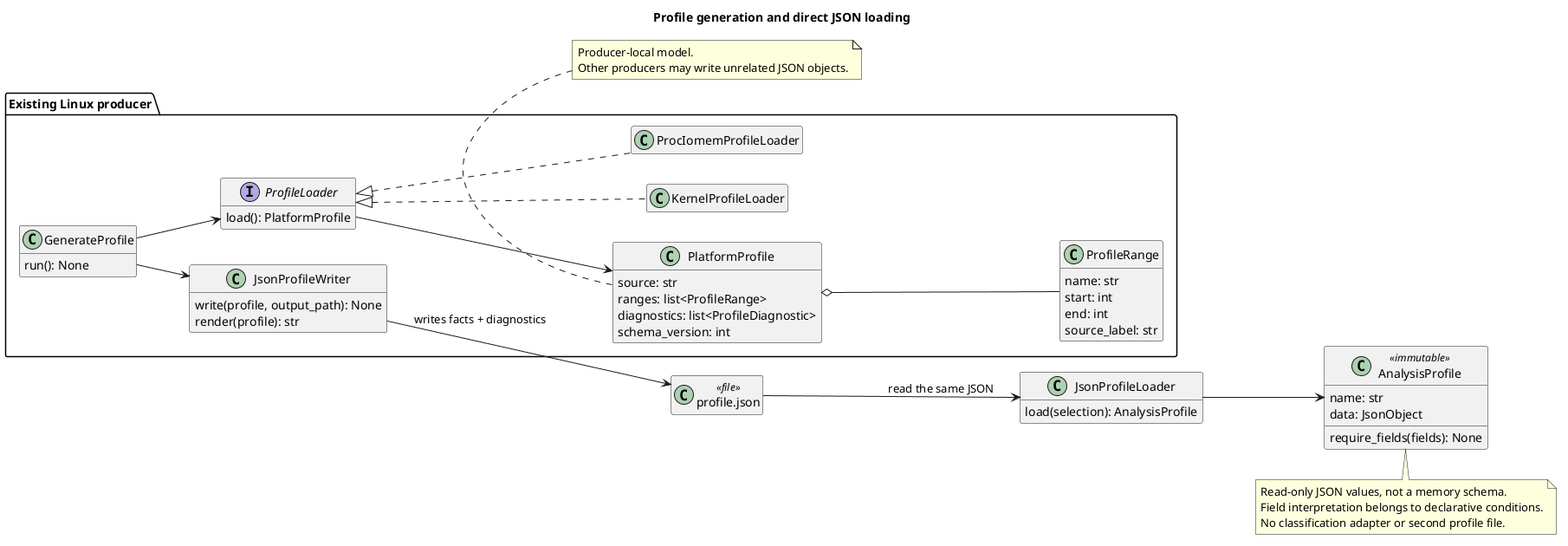
Before: docs/diagrams/profile_generator_static.png, a diagram exported from PlantUML (AguTrachta/s3bootscript-analyzer). Its diagram source:
```plantuml
@startuml
title Profile generation and direct JSON loading
left to right direction
skinparam shadowing false
skinparam classAttributeIconSize 0
hide empty members

package "Existing Linux producer" {
  class GenerateProfile {
    run(): None
  }
  interface ProfileLoader {
    load(): PlatformProfile
  }
  class KernelProfileLoader
  class ProcIomemProfileLoader
  class PlatformProfile {
    source: str
    ranges: list<ProfileRange>
    diagnostics: list<ProfileDiagnostic>
    schema_version: int
  }
  class ProfileRange {
    name: str
    start: int
    end: int
    source_label: str
  }
  class JsonProfileWriter {
    write(profile, output_path): None
    render(profile): str
  }
  GenerateProfile --> ProfileLoader
  ProfileLoader <|.. KernelProfileLoader
  ProfileLoader <|.. ProcIomemProfileLoader
  ProfileLoader --> PlatformProfile
  PlatformProfile o-- ProfileRange
  GenerateProfile --> JsonProfileWriter
}
class "profile.json" as File <<file>>
class JsonProfileLoader {
  load(selection): AnalysisProfile
}
class AnalysisProfile <<immutable>> {
  name: str
  data: JsonObject
  require_fields(fields): None
}
JsonProfileWriter --> File : writes facts + diagnostics
File --> JsonProfileLoader : read the same JSON
JsonProfileLoader --> AnalysisProfile

note bottom of PlatformProfile
  Producer-local model.
  Other producers may write unrelated JSON objects.
end note
note bottom of AnalysisProfile
  Read-only JSON values, not a memory schema.
  Field interpretation belongs to declarative conditions.
  No classification adapter or second profile file.
end note
@enduml
```
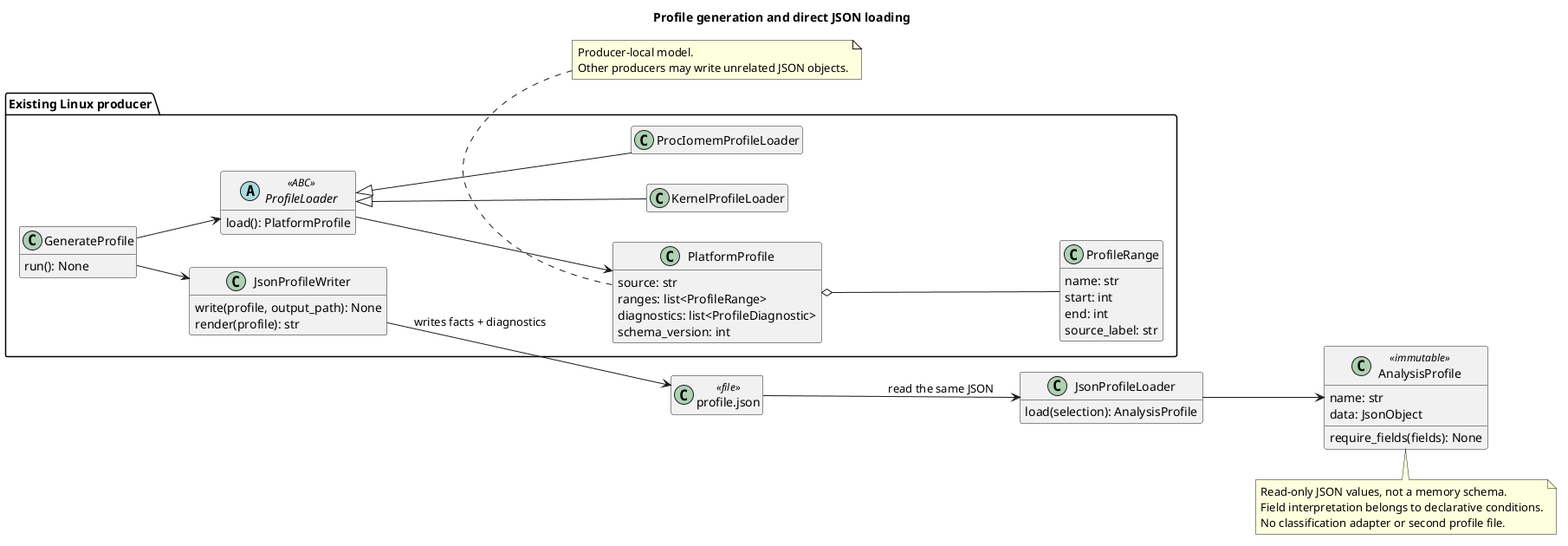
The same file after the commit.

The edit, as a diff of the source:
```diff
@@ -9,7 +9,7 @@
   class GenerateProfile {
     run(): None
   }
-  interface ProfileLoader {
+  abstract class ProfileLoader <<ABC>> {
     load(): PlatformProfile
   }
   class KernelProfileLoader
@@ -31,8 +31,8 @@
     render(profile): str
   }
   GenerateProfile --> ProfileLoader
-  ProfileLoader <|.. KernelProfileLoader
-  ProfileLoader <|.. ProcIomemProfileLoader
+  ProfileLoader <|-- KernelProfileLoader
+  ProfileLoader <|-- ProcIomemProfileLoader
   ProfileLoader --> PlatformProfile
   PlatformProfile o-- ProfileRange
   GenerateProfile --> JsonProfileWriter
```
